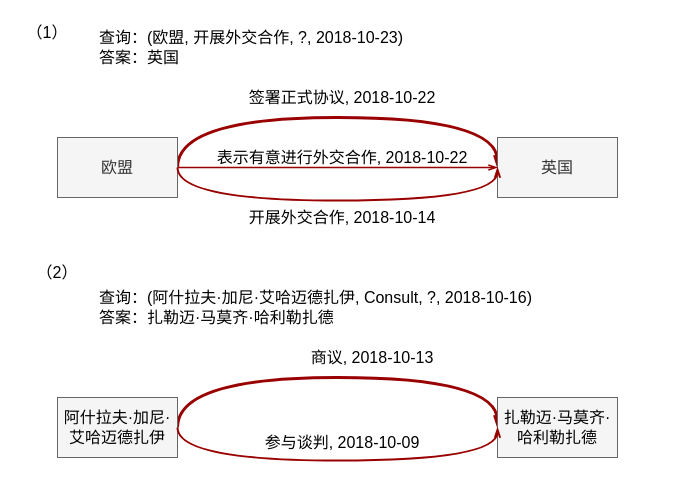
The draw.io diagram page "第 1 页 的中文版" (2 of 4) of 案例研究-推理证据.drawio in LNqwn/BISHE-GRAPH, before the edit. Source tidied: cells renumbered, new cells numbered last; positions are measured from the earlier drawing's top-left corner, leaving out a move shared by most shapes. Both pictures are drawn from the tidied source at 100%, with x=0, y=0 at pixel (17, 17).
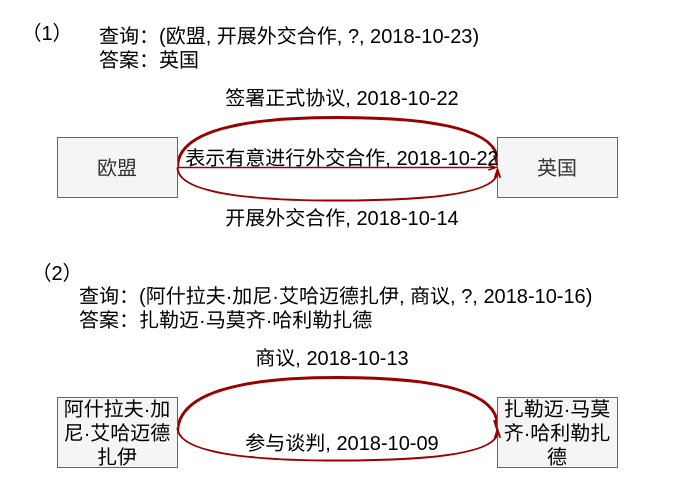
The same page after the edit.

What changed in the source:
```diff
@@
-    <mxCell id="2" value="&lt;font style=&quot;font-size: 16px;&quot;&gt;查询：(欧盟, 开展外交合作, ?, 2018-10-23)&lt;/font&gt;&lt;div&gt;&lt;font size=&quot;3&quot;&gt;答案：英国&lt;/font&gt;&lt;/div&gt;" style="text;html=1;align=left;verticalAlign=middle;whiteSpace=wrap;rounded=0;fontFamily=Helvetica;fontSize=11;fontColor=default;labelBackgroundColor=none;" parent="1" vertex="1">
+    <mxCell id="2" value="&lt;font&gt;查询：(欧盟, 开展外交合作, ?, 2018-10-23)&lt;/font&gt;&lt;div&gt;&lt;font&gt;答案：英国&lt;/font&gt;&lt;/div&gt;" style="text;html=1;align=left;verticalAlign=middle;whiteSpace=wrap;rounded=0;fontFamily=宋体;fontSize=20;fontColor=default;labelBackgroundColor=none;" parent="1" vertex="1">
       <mxGeometry x="80" width="560" height="60" as="geometry" />
     </mxCell>
-    <mxCell id="3" value="&lt;font style=&quot;font-size: 16px;&quot;&gt;签署正式协议,&amp;nbsp;2018-10-22&lt;/font&gt;" style="text;html=1;align=center;verticalAlign=middle;whiteSpace=wrap;rounded=0;fontFamily=Helvetica;fontSize=11;fontColor=default;labelBackgroundColor=none;" parent="1" vertex="1">
+    <mxCell id="3" value="&lt;font&gt;签署正式协议,&amp;nbsp;2018-10-22&lt;/font&gt;" style="text;html=1;align=center;verticalAlign=middle;whiteSpace=wrap;rounded=0;fontFamily=宋体;fontSize=20;fontColor=default;labelBackgroundColor=none;" parent="1" vertex="1">
       <mxGeometry x="120" y="50" width="410" height="60" as="geometry" />
     </mxCell>
-    <mxCell id="4" style="edgeStyle=orthogonalEdgeStyle;shape=connector;curved=1;rounded=0;jettySize=auto;html=1;entryX=0;entryY=0.5;entryDx=0;entryDy=0;strokeColor=#990000;align=center;verticalAlign=middle;fontFamily=Helvetica;fontSize=11;fontColor=default;labelBackgroundColor=default;startFill=0;endArrow=openThin;exitX=1;exitY=0.5;exitDx=0;exitDy=0;strokeWidth=3;endFill=0;" parent="1" edge="1" source="6" target="7">
+    <mxCell id="4" style="edgeStyle=orthogonalEdgeStyle;shape=connector;curved=1;rounded=0;jettySize=auto;html=1;entryX=0;entryY=0.5;entryDx=0;entryDy=0;strokeColor=#990000;align=center;verticalAlign=middle;fontFamily=宋体;fontSize=20;fontColor=default;labelBackgroundColor=default;startFill=0;endArrow=openThin;exitX=1;exitY=0.5;exitDx=0;exitDy=0;strokeWidth=3;endFill=0;" parent="1" edge="1" source="6" target="7">
       <mxGeometry relative="1" as="geometry">
         <Array as="points">
           <mxPoint x="160" y="100" />
           <mxPoint x="480" y="100" />
         </Array>
       </mxGeometry>
     </mxCell>
-    <mxCell id="5" style="edgeStyle=orthogonalEdgeStyle;shape=connector;curved=1;rounded=0;jettySize=auto;html=1;strokeColor=#990000;align=center;verticalAlign=middle;fontFamily=Helvetica;fontSize=11;fontColor=default;labelBackgroundColor=default;startFill=0;endArrow=openThin;strokeWidth=1.5;endFill=0;" parent="1" edge="1" source="6">
+    <mxCell id="5" style="edgeStyle=orthogonalEdgeStyle;shape=connector;curved=1;rounded=0;jettySize=auto;html=1;strokeColor=#990000;align=center;verticalAlign=middle;fontFamily=宋体;fontSize=20;fontColor=default;labelBackgroundColor=default;startFill=0;endArrow=openThin;strokeWidth=1.5;endFill=0;" parent="1" edge="1" source="6">
       <mxGeometry relative="1" as="geometry">
         <mxPoint x="480" y="150" as="targetPoint" />
       </mxGeometry>
     </mxCell>
-    <mxCell id="6" value="&lt;font style=&quot;font-size: 16px;&quot;&gt;欧盟&lt;/font&gt;" style="rounded=0;whiteSpace=wrap;html=1;fillColor=#f5f5f5;fontColor=#333333;strokeColor=#666666;" parent="1" vertex="1">
+    <mxCell id="6" value="&lt;font&gt;欧盟&lt;/font&gt;" style="rounded=0;whiteSpace=wrap;html=1;fillColor=#f5f5f5;fontColor=#333333;strokeColor=#666666;fontFamily=宋体;fontSize=20;" parent="1" vertex="1">
       <mxGeometry x="40" y="120" width="120" height="60" as="geometry" />
     </mxCell>
-    <mxCell id="7" value="&lt;font style=&quot;font-size: 16px;&quot;&gt;英国&lt;/font&gt;" style="rounded=0;whiteSpace=wrap;html=1;fillColor=#f5f5f5;fontColor=#333333;strokeColor=#666666;" parent="1" vertex="1">
+    <mxCell id="7" value="&lt;font&gt;英国&lt;/font&gt;" style="rounded=0;whiteSpace=wrap;html=1;fillColor=#f5f5f5;fontColor=#333333;strokeColor=#666666;fontFamily=宋体;fontSize=20;" parent="1" vertex="1">
       <mxGeometry x="480" y="120" width="120" height="60" as="geometry" />
     </mxCell>
-    <mxCell id="8" value="&lt;font style=&quot;font-size: 16px;&quot;&gt;开展外交合作,&amp;nbsp;2018-10-14&lt;/font&gt;" style="text;html=1;align=center;verticalAlign=middle;whiteSpace=wrap;rounded=0;fontFamily=Helvetica;fontSize=11;fontColor=default;labelBackgroundColor=none;" parent="1" vertex="1">
+    <mxCell id="8" value="&lt;font&gt;开展外交合作,&amp;nbsp;2018-10-14&lt;/font&gt;" style="text;html=1;align=center;verticalAlign=middle;whiteSpace=wrap;rounded=0;fontFamily=宋体;fontSize=20;fontColor=default;labelBackgroundColor=none;" parent="1" vertex="1">
       <mxGeometry x="120" y="170" width="410" height="60" as="geometry" />
     </mxCell>
-    <mxCell id="9" style="edgeStyle=orthogonalEdgeStyle;shape=connector;curved=1;rounded=0;jettySize=auto;html=1;strokeColor=#990000;align=center;verticalAlign=middle;fontFamily=Helvetica;fontSize=11;fontColor=default;labelBackgroundColor=default;startFill=0;endArrow=openThin;exitX=1;exitY=0.5;exitDx=0;exitDy=0;strokeWidth=2;endFill=0;" parent="1" edge="1" source="6">
+    <mxCell id="9" style="edgeStyle=orthogonalEdgeStyle;shape=connector;curved=1;rounded=0;jettySize=auto;html=1;strokeColor=#990000;align=center;verticalAlign=middle;fontFamily=宋体;fontSize=20;fontColor=default;labelBackgroundColor=default;startFill=0;endArrow=openThin;exitX=1;exitY=0.5;exitDx=0;exitDy=0;strokeWidth=2;endFill=0;" parent="1" edge="1" source="6">
       <mxGeometry relative="1" as="geometry">
         <mxPoint x="480" y="150" as="targetPoint" />
         <Array as="points">
           <mxPoint x="160" y="183" />
         </Array>
       </mxGeometry>
     </mxCell>
-    <mxCell id="10" value="&lt;font style=&quot;font-size: 16px;&quot;&gt;表示有意进行外交合作,&amp;nbsp;2018-10-22&lt;/font&gt;" style="text;html=1;align=center;verticalAlign=middle;whiteSpace=wrap;rounded=0;fontFamily=Helvetica;fontSize=11;fontColor=default;labelBackgroundColor=none;" parent="1" vertex="1">
+    <mxCell id="10" value="&lt;font&gt;表示有意进行外交合作,&amp;nbsp;2018-10-22&lt;/font&gt;" style="text;html=1;align=center;verticalAlign=middle;whiteSpace=wrap;rounded=0;fontFamily=宋体;fontSize=20;fontColor=default;labelBackgroundColor=none;" parent="1" vertex="1">
       <mxGeometry x="120" y="110" width="410" height="60" as="geometry" />
     </mxCell>
-    <mxCell id="11" value="&lt;font style=&quot;font-size: 16px;&quot;&gt;查询：(阿什拉夫·加尼·艾哈迈德扎伊, Consult, ?, 2018-10-16)&lt;/font&gt;&lt;div&gt;&lt;font size=&quot;3&quot;&gt;答案：&lt;/font&gt;&lt;span style=&quot;background-color: transparent;&quot;&gt;&lt;font size=&quot;3&quot;&gt;扎勒迈·马莫齐·哈利勒扎德&lt;/font&gt;&lt;/span&gt;&lt;/div&gt;" style="text;html=1;align=left;verticalAlign=middle;whiteSpace=wrap;rounded=0;fontFamily=Helvetica;fontSize=11;fontColor=default;labelBackgroundColor=none;" parent="1" vertex="1">
-      <mxGeometry x="80" y="260" width="560" height="60" as="geometry" />
+    <mxCell id="11" value="&lt;font&gt;查询：(阿什拉夫·加尼·艾哈迈德扎伊, 商议, ?, 2018-10-16)&lt;/font&gt;&lt;div&gt;&lt;font&gt;答案：&lt;/font&gt;&lt;span style=&quot;background-color: transparent;&quot;&gt;&lt;font&gt;扎勒迈·马莫齐·哈利勒扎德&lt;/font&gt;&lt;/span&gt;&lt;/div&gt;" style="text;html=1;align=left;verticalAlign=middle;whiteSpace=wrap;rounded=0;fontFamily=宋体;fontSize=20;fontColor=default;labelBackgroundColor=none;" parent="1" vertex="1">
+      <mxGeometry x="60" y="260" width="580" height="60" as="geometry" />
     </mxCell>
-    <mxCell id="12" style="edgeStyle=orthogonalEdgeStyle;shape=connector;curved=1;rounded=0;jettySize=auto;html=1;entryX=0;entryY=0.5;entryDx=0;entryDy=0;strokeColor=#990000;align=center;verticalAlign=middle;fontFamily=Helvetica;fontSize=11;fontColor=default;labelBackgroundColor=default;startFill=0;endArrow=openThin;exitX=1;exitY=0.5;exitDx=0;exitDy=0;strokeWidth=3;endFill=0;" parent="1" edge="1" source="13" target="14">
+    <mxCell id="12" style="edgeStyle=orthogonalEdgeStyle;shape=connector;curved=1;rounded=0;jettySize=auto;html=1;entryX=0;entryY=0.5;entryDx=0;entryDy=0;strokeColor=#990000;align=center;verticalAlign=middle;fontFamily=宋体;fontSize=20;fontColor=default;labelBackgroundColor=default;startFill=0;endArrow=openThin;exitX=1;exitY=0.5;exitDx=0;exitDy=0;strokeWidth=3;endFill=0;" parent="1" edge="1" source="13" target="14">
       <mxGeometry relative="1" as="geometry">
         <Array as="points">
           <mxPoint x="160" y="360" />
           <mxPoint x="480" y="360" />
         </Array>
       </mxGeometry>
     </mxCell>
-    <mxCell id="13" value="&lt;span style=&quot;color: rgb(0, 0, 0); font-size: 16px; text-align: left;&quot;&gt;阿什拉夫·加尼·艾哈迈德扎伊&lt;/span&gt;" style="rounded=0;whiteSpace=wrap;html=1;fillColor=#f5f5f5;fontColor=#333333;strokeColor=#666666;" parent="1" vertex="1">
-      <mxGeometry x="40" y="380" width="120" height="60" as="geometry" />
+    <mxCell id="13" value="&lt;span style=&quot;color: rgb(0, 0, 0); text-align: left;&quot;&gt;阿什拉夫·加尼·艾哈迈德扎伊&lt;/span&gt;" style="rounded=0;whiteSpace=wrap;html=1;fillColor=#f5f5f5;fontColor=#333333;strokeColor=#666666;fontFamily=宋体;fontSize=20;" parent="1" vertex="1">
+      <mxGeometry x="40" y="380" width="120" height="70" as="geometry" />
     </mxCell>
-    <mxCell id="14" value="&lt;span style=&quot;color: rgb(0, 0, 0); font-size: medium; text-align: left;&quot;&gt;扎勒迈·马莫齐·哈利勒扎德&lt;/span&gt;" style="rounded=0;whiteSpace=wrap;html=1;fillColor=#f5f5f5;fontColor=#333333;strokeColor=#666666;" parent="1" vertex="1">
-      <mxGeometry x="480" y="380" width="120" height="60" as="geometry" />
+    <mxCell id="14" value="&lt;span style=&quot;color: rgb(0, 0, 0); text-align: left;&quot;&gt;扎勒迈·马莫齐·哈利勒扎德&lt;/span&gt;" style="rounded=0;whiteSpace=wrap;html=1;fillColor=#f5f5f5;fontColor=#333333;strokeColor=#666666;fontFamily=宋体;fontSize=20;" parent="1" vertex="1">
+      <mxGeometry x="480" y="380" width="120" height="70" as="geometry" />
     </mxCell>
-    <mxCell id="15" value="&lt;div style=&quot;text-align: left;&quot;&gt;&lt;span style=&quot;background-color: transparent; text-align: center; font-size: 16px;&quot;&gt;参与谈判&lt;/span&gt;&lt;span style=&quot;font-size: 16px; background-color: transparent; color: light-dark(rgb(0, 0, 0), rgb(255, 255, 255));&quot;&gt;,&amp;nbsp;2018-10-09&lt;/span&gt;&lt;/div&gt;" style="text;html=1;align=center;verticalAlign=middle;whiteSpace=wrap;rounded=0;fontFamily=Helvetica;fontSize=11;fontColor=default;labelBackgroundColor=none;" parent="1" vertex="1">
+    <mxCell id="15" value="&lt;div style=&quot;text-align: left;&quot;&gt;&lt;span style=&quot;background-color: transparent; text-align: center;&quot;&gt;参与谈判&lt;/span&gt;&lt;span style=&quot;background-color: transparent; color: light-dark(rgb(0, 0, 0), rgb(255, 255, 255));&quot;&gt;,&amp;nbsp;2018-10-09&lt;/span&gt;&lt;/div&gt;" style="text;html=1;align=center;verticalAlign=middle;whiteSpace=wrap;rounded=0;fontFamily=宋体;fontSize=20;fontColor=default;labelBackgroundColor=none;" parent="1" vertex="1">
       <mxGeometry x="120" y="395" width="410" height="60" as="geometry" />
     </mxCell>
-    <mxCell id="16" style="edgeStyle=orthogonalEdgeStyle;shape=connector;curved=1;rounded=0;orthogonalLoop=1;jettySize=auto;html=1;strokeColor=#990000;align=center;verticalAlign=middle;fontFamily=Helvetica;fontSize=11;fontColor=default;labelBackgroundColor=default;startFill=0;endArrow=openThin;exitX=1;exitY=0.5;exitDx=0;exitDy=0;strokeWidth=2;endFill=0;" parent="1" edge="1">
+    <mxCell id="16" style="edgeStyle=orthogonalEdgeStyle;shape=connector;curved=1;rounded=0;orthogonalLoop=1;jettySize=auto;html=1;strokeColor=#990000;align=center;verticalAlign=middle;fontFamily=宋体;fontSize=20;fontColor=default;labelBackgroundColor=default;startFill=0;endArrow=openThin;exitX=1;exitY=0.5;exitDx=0;exitDy=0;strokeWidth=2;endFill=0;" parent="1" edge="1">
       <mxGeometry relative="1" as="geometry">
         <mxPoint x="160" y="410" as="sourcePoint" />
         <mxPoint x="480" y="410" as="targetPoint" />
         <Array as="points">
           <mxPoint x="160" y="443" />
         </Array>
       </mxGeometry>
     </mxCell>
-    <mxCell id="17" value="&lt;font style=&quot;font-size: 16px;&quot;&gt;（1）&lt;/font&gt;" style="text;html=1;align=center;verticalAlign=middle;whiteSpace=wrap;rounded=0;fontFamily=Helvetica;fontSize=11;fontColor=default;labelBackgroundColor=default;" parent="1" vertex="1">
+    <mxCell id="17" value="&lt;font&gt;（1）&lt;/font&gt;" style="text;html=1;align=center;verticalAlign=middle;whiteSpace=wrap;rounded=0;fontFamily=宋体;fontSize=20;fontColor=default;labelBackgroundColor=default;" parent="1" vertex="1">
       <mxGeometry width="60" height="30" as="geometry" />
     </mxCell>
-    <mxCell id="18" value="&lt;font style=&quot;font-size: 16px;&quot;&gt;（2）&lt;/font&gt;" style="text;html=1;align=center;verticalAlign=middle;whiteSpace=wrap;rounded=0;fontFamily=Helvetica;fontSize=11;fontColor=default;labelBackgroundColor=default;" parent="1" vertex="1">
+    <mxCell id="18" value="&lt;font&gt;（2）&lt;/font&gt;" style="text;html=1;align=center;verticalAlign=middle;whiteSpace=wrap;rounded=0;fontFamily=宋体;fontSize=20;fontColor=default;labelBackgroundColor=default;" parent="1" vertex="1">
       <mxGeometry x="10" y="240" width="60" height="30" as="geometry" />
     </mxCell>
-    <mxCell id="19" value="&lt;div style=&quot;text-align: left;&quot;&gt;&lt;span style=&quot;background-color: transparent; font-size: 16px;&quot;&gt;商议&lt;/span&gt;&lt;span style=&quot;font-size: 16px; background-color: transparent; color: light-dark(rgb(0, 0, 0), rgb(255, 255, 255));&quot;&gt;,&amp;nbsp;2018-10-13&lt;/span&gt;&lt;/div&gt;" style="text;html=1;align=center;verticalAlign=middle;whiteSpace=wrap;rounded=0;fontFamily=Helvetica;fontSize=11;fontColor=default;labelBackgroundColor=none;" parent="1" vertex="1">
-      <mxGeometry x="150" y="310" width="410" height="60" as="geometry" />
+    <mxCell id="19" value="&lt;div style=&quot;text-align: left;&quot;&gt;&lt;span style=&quot;background-color: transparent;&quot;&gt;商议&lt;/span&gt;&lt;span style=&quot;background-color: transparent; color: light-dark(rgb(0, 0, 0), rgb(255, 255, 255));&quot;&gt;,&amp;nbsp;2018-10-13&lt;/span&gt;&lt;/div&gt;" style="text;html=1;align=center;verticalAlign=middle;whiteSpace=wrap;rounded=0;fontFamily=宋体;fontSize=20;fontColor=default;labelBackgroundColor=none;" parent="1" vertex="1">
+      <mxGeometry x="110" y="310" width="410" height="60" as="geometry" />
     </mxCell>
```
